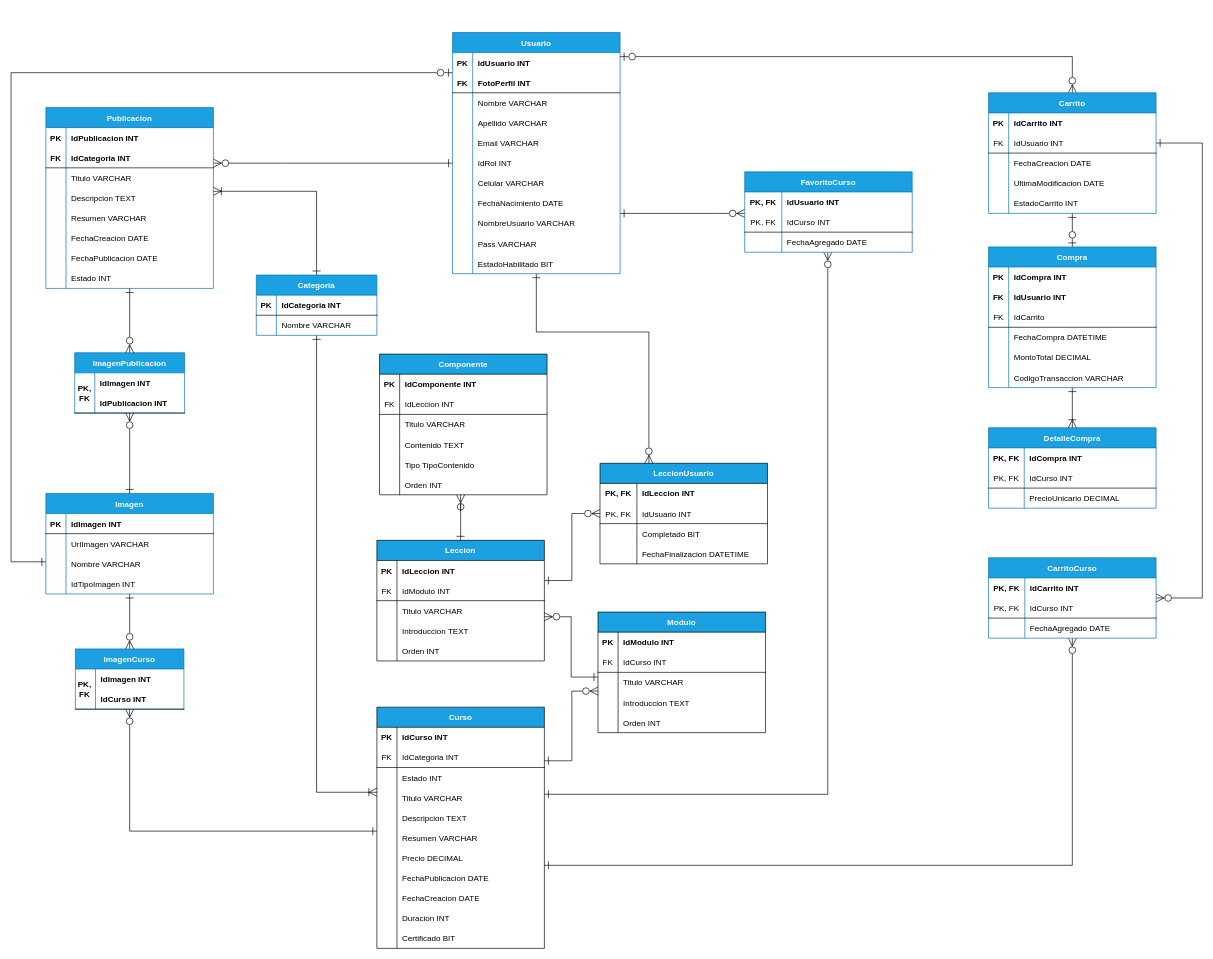
Earlier version of the draw.io diagram DER PIII.drawio (sirnas1983/UML_TPCP3). Source tidied: cells renumbered, new cells numbered last; positions are measured from the earlier drawing's top-left corner, leaving out a move shared by most shapes. Both pictures are drawn from the tidied source at 67%, with x=0, y=0 at pixel (11, 32).
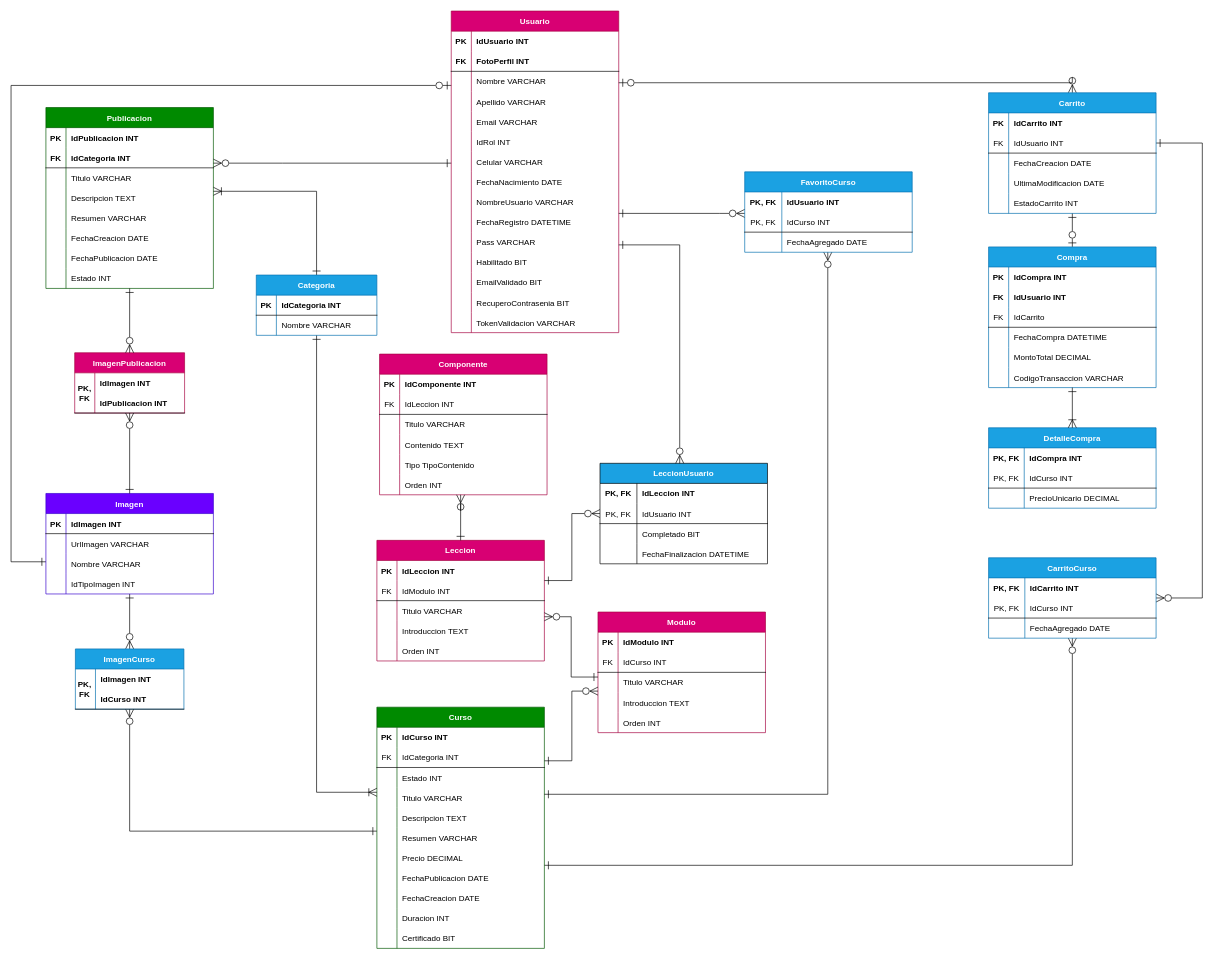
The same page after the edit.

Unchanged cells that the change refers to:
```xml
<mxCell id="144" value="Carrito" style="shape=table;startSize=30;childLayout=tableLayout;rowLines=0;fontStyle=1;align=center;fillColor=#1ba1e2;fontColor=#ffffff;strokeColor=#006EAF;" parent="1" vertex="1">
  <mxGeometry x="1459" y="90" width="250" height="180" as="geometry" />
</mxCell>
<mxCell id="244" value="LeccionUsuario" style="shape=table;startSize=30;childLayout=tableLayout;rowLines=0;fontStyle=1;align=center;fillColor=#1ba1e2;fontColor=#ffffff;strokeColor=default;" parent="1" vertex="1">
  <mxGeometry x="879" y="643" width="250" height="150" as="geometry" />
</mxCell>
```

Change to the diagram source:
```diff
@@
     <mxCell id="2" style="edgeStyle=orthogonalEdgeStyle;rounded=0;jettySize=auto;html=1;endArrow=ERzeroToOne;endFill=0;startArrow=ERone;startFill=0;endSize=10;startSize=10;" parent="1" edge="1" source="5" target="79">
       <mxGeometry relative="1" as="geometry">
         <Array as="points">
           <mxPoint y="790" />
-          <mxPoint y="60" />
+          <mxPoint y="79" />
         </Array>
       </mxGeometry>
     </mxCell>
@@
-    <mxCell id="5" value="Imagen" style="shape=table;startSize=30;childLayout=tableLayout;rowLines=0;fontStyle=1;align=center;fillColor=#1ba1e2;fontColor=#ffffff;strokeColor=#006EAF;" parent="1" vertex="1">
+    <mxCell id="5" value="Imagen" style="shape=table;startSize=30;childLayout=tableLayout;rowLines=0;fontStyle=1;align=center;fillColor=#6a00ff;fontColor=#ffffff;strokeColor=#3700CC;" parent="1" vertex="1">
       <mxGeometry x="52" y="688" width="250" height="150" as="geometry" />
     </mxCell>
@@
-    <mxCell id="18" value="Publicacion" style="shape=table;startSize=30;childLayout=tableLayout;rowLines=0;fontStyle=1;align=center;fillColor=#1ba1e2;fontColor=#ffffff;strokeColor=#006EAF;" parent="1" vertex="1">
+    <mxCell id="18" value="Publicacion" style="shape=table;startSize=30;childLayout=tableLayout;rowLines=0;fontStyle=1;align=center;fillColor=#008a00;fontColor=#ffffff;strokeColor=#005700;" parent="1" vertex="1">
       <mxGeometry x="52" y="112" width="250" height="270" as="geometry" />
     </mxCell>
@@
-    <mxCell id="44" value="Curso" style="shape=table;startSize=30;childLayout=tableLayout;rowLines=0;fontStyle=1;align=center;fillColor=#1ba1e2;fontColor=#ffffff;strokeColor=default;" parent="1" vertex="1">
+    <mxCell id="44" value="Curso" style="shape=table;startSize=30;childLayout=tableLayout;rowLines=0;fontStyle=1;align=center;fillColor=#008a00;fontColor=#ffffff;strokeColor=#005700;" parent="1" vertex="1">
       <mxGeometry x="546" y="1007" width="250" height="360" as="geometry" />
     </mxCell>
@@
-    <mxCell id="79" value="Usuario" style="shape=table;startSize=30;childLayout=tableLayout;rowLines=0;fontStyle=1;align=center;fillColor=#1ba1e2;fontColor=#ffffff;strokeColor=#006EAF;" parent="1" vertex="1">
-      <mxGeometry x="659" width="250" height="360" as="geometry" />
+    <mxCell id="79" value="Usuario" style="shape=table;startSize=30;childLayout=tableLayout;rowLines=0;fontStyle=1;align=center;fillColor=#d80073;fontColor=#ffffff;strokeColor=#A50040;" parent="1" vertex="1">
+      <mxGeometry x="657" y="-32" width="250" height="480" as="geometry" />
     </mxCell>
@@
+    <mxCell id="281" style="shape=partialRectangle;fillColor=none;top=0;left=0;right=0;bottom=0;" parent="79" vertex="1">
+      <mxGeometry y="300" width="250" height="30" as="geometry" />
+    </mxCell>
+    <mxCell id="282" style="shape=partialRectangle;overflow=hidden;fillColor=none;top=0;left=0;bottom=0;right=0;" parent="281" vertex="1">
+      <mxGeometry width="30" height="30" as="geometry" />
+    </mxCell>
+    <mxCell id="283" value="FechaRegistro DATETIME" style="shape=partialRectangle;overflow=hidden;fillColor=none;top=0;left=0;bottom=0;right=0;align=left;spacingLeft=6;" parent="281" vertex="1">
+      <mxGeometry x="30" width="220" height="30" as="geometry" />
+    </mxCell>
     <mxCell id="107" style="shape=partialRectangle;fillColor=none;top=0;left=0;right=0;bottom=0;" parent="79" vertex="1">
-      <mxGeometry y="300" width="250" height="30" as="geometry" />
+      <mxGeometry y="330" width="250" height="30" as="geometry" />
     </mxCell>
@@
     <mxCell id="110" style="shape=partialRectangle;fillColor=none;top=0;left=0;right=0;bottom=0;" parent="79" vertex="1">
-      <mxGeometry y="330" width="250" height="30" as="geometry" />
+      <mxGeometry y="360" width="250" height="30" as="geometry" />
     </mxCell>
@@
-    <mxCell id="112" value="EstadoHabilitado BIT" style="shape=partialRectangle;overflow=hidden;fillColor=none;top=0;left=0;bottom=0;right=0;align=left;spacingLeft=6;" parent="110" vertex="1">
+    <mxCell id="112" value="Habilitado BIT" style="shape=partialRectangle;overflow=hidden;fillColor=none;top=0;left=0;bottom=0;right=0;align=left;spacingLeft=6;" parent="110" vertex="1">
       <mxGeometry x="30" width="220" height="30" as="geometry" />
     </mxCell>
+    <mxCell id="284" style="shape=partialRectangle;fillColor=none;top=0;left=0;right=0;bottom=0;" parent="79" vertex="1">
+      <mxGeometry y="390" width="250" height="30" as="geometry" />
+    </mxCell>
+    <mxCell id="285" style="shape=partialRectangle;overflow=hidden;fillColor=none;top=0;left=0;bottom=0;right=0;" parent="284" vertex="1">
+      <mxGeometry width="30" height="30" as="geometry" />
+    </mxCell>
+    <mxCell id="286" value="EmailValidado BIT" style="shape=partialRectangle;overflow=hidden;fillColor=none;top=0;left=0;bottom=0;right=0;align=left;spacingLeft=6;" parent="284" vertex="1">
+      <mxGeometry x="30" width="220" height="30" as="geometry" />
+    </mxCell>
+    <mxCell id="287" style="shape=partialRectangle;fillColor=none;top=0;left=0;right=0;bottom=0;" parent="79" vertex="1">
+      <mxGeometry y="420" width="250" height="30" as="geometry" />
+    </mxCell>
+    <mxCell id="288" style="shape=partialRectangle;overflow=hidden;fillColor=none;top=0;left=0;bottom=0;right=0;" parent="287" vertex="1">
+      <mxGeometry width="30" height="30" as="geometry" />
+    </mxCell>
+    <mxCell id="289" value="RecuperoContrasenia BIT" style="shape=partialRectangle;overflow=hidden;fillColor=none;top=0;left=0;bottom=0;right=0;align=left;spacingLeft=6;" parent="287" vertex="1">
+      <mxGeometry x="30" width="220" height="30" as="geometry" />
+    </mxCell>
+    <mxCell id="290" style="shape=partialRectangle;fillColor=none;top=0;left=0;right=0;bottom=0;" parent="79" vertex="1">
+      <mxGeometry y="450" width="250" height="30" as="geometry" />
+    </mxCell>
+    <mxCell id="291" style="shape=partialRectangle;overflow=hidden;fillColor=none;top=0;left=0;bottom=0;right=0;" parent="290" vertex="1">
+      <mxGeometry width="30" height="30" as="geometry" />
+    </mxCell>
+    <mxCell id="292" value="TokenValidacion VARCHAR" style="shape=partialRectangle;overflow=hidden;fillColor=none;top=0;left=0;bottom=0;right=0;align=left;spacingLeft=6;" parent="290" vertex="1">
+      <mxGeometry x="30" width="220" height="30" as="geometry" />
+    </mxCell>
@@
     <mxCell id="142" style="edgeStyle=orthogonalEdgeStyle;rounded=0;jettySize=auto;html=1;endSize=10;startSize=10;endArrow=ERzeroToOne;endFill=0;startArrow=ERzeroToMany;startFill=0;" parent="1" edge="1" source="144" target="79">
       <mxGeometry relative="1" as="geometry">
         <Array as="points">
-          <mxPoint x="1584" y="36" />
+          <mxPoint x="1584" y="75" />
         </Array>
       </mxGeometry>
     </mxCell>
@@
-    <mxCell id="191" value="ImagenPublicacion" style="shape=table;startSize=30;childLayout=tableLayout;rowLines=0;fontStyle=1;align=center;fillColor=#1ba1e2;fontColor=#ffffff;strokeColor=#006EAF;" parent="1" vertex="1">
+    <mxCell id="191" value="ImagenPublicacion" style="shape=table;startSize=30;childLayout=tableLayout;rowLines=0;fontStyle=1;align=center;fillColor=#d80073;fontColor=#ffffff;strokeColor=#A50040;" parent="1" vertex="1">
       <mxGeometry x="95" y="478" width="164" height="90" as="geometry" />
     </mxCell>
@@
-    <mxCell id="212" value="Modulo" style="shape=table;startSize=30;childLayout=tableLayout;rowLines=0;fontStyle=1;align=center;fillColor=#1ba1e2;fontColor=#ffffff;strokeColor=default;" parent="1" vertex="1">
+    <mxCell id="212" value="Modulo" style="shape=table;startSize=30;childLayout=tableLayout;rowLines=0;fontStyle=1;align=center;fillColor=#d80073;fontColor=#ffffff;strokeColor=#A50040;" parent="1" vertex="1">
       <mxGeometry x="876" y="865" width="250" height="180" as="geometry" />
     </mxCell>
@@
-    <mxCell id="228" value="Leccion" style="shape=table;startSize=30;childLayout=tableLayout;rowLines=0;fontStyle=1;align=center;fillColor=#1ba1e2;fontColor=#ffffff;strokeColor=default;" parent="1" vertex="1">
+    <mxCell id="228" value="Leccion" style="shape=table;startSize=30;childLayout=tableLayout;rowLines=0;fontStyle=1;align=center;fillColor=#d80073;fontColor=#ffffff;strokeColor=#A50040;" parent="1" vertex="1">
       <mxGeometry x="546" y="758" width="250" height="180" as="geometry" />
     </mxCell>
@@
-    <mxCell id="257" value="Componente" style="shape=table;startSize=30;childLayout=tableLayout;rowLines=0;fontStyle=1;align=center;fillColor=#1ba1e2;fontColor=#ffffff;strokeColor=default;" parent="1" vertex="1">
+    <mxCell id="257" value="Componente" style="shape=table;startSize=30;childLayout=tableLayout;rowLines=0;fontStyle=1;align=center;fillColor=#d80073;fontColor=#ffffff;strokeColor=#A50040;" parent="1" vertex="1">
       <mxGeometry x="550" y="480" width="250" height="210" as="geometry" />
     </mxCell>
@@
     <mxCell id="280" style="edgeStyle=orthogonalEdgeStyle;rounded=0;jettySize=auto;html=1;endSize=10;startSize=10;endArrow=ERone;endFill=0;startArrow=ERzeroToMany;startFill=0;" parent="1" edge="1" source="244" target="79">
       <mxGeometry relative="1" as="geometry">
         <Array as="points">
-          <mxPoint x="952" y="447" />
-          <mxPoint x="784" y="447" />
+          <mxPoint x="998" y="317" />
         </Array>
       </mxGeometry>
     </mxCell>
```
